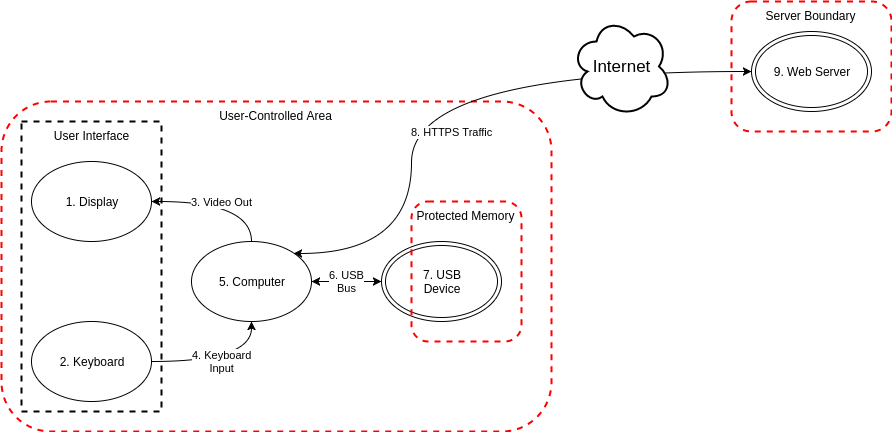
The draw.io diagram graphics/DFD_Main.png in pacman47403/B547A1, before a commit. Source tidied: cells renumbered, new cells last; positions are measured from the earlier drawing's top-left corner, leaving out a move shared by most shapes.
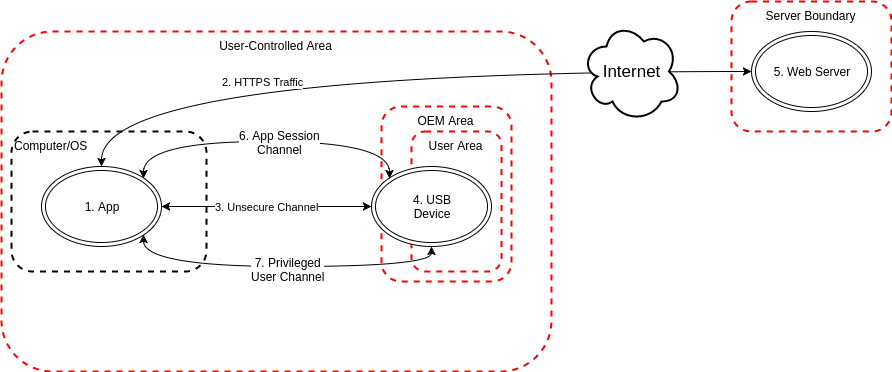
Later version of the same file.

The edit, as a diff of the source:
```diff
@@ -3,51 +3,59 @@
     <mxCell id="0" />
     <mxCell id="1" parent="0" />
     <mxCell id="2" value="User-Controlled Area" style="rounded=1;whiteSpace=wrap;html=1;dashed=1;strokeColor=#FF0000;strokeWidth=2;verticalAlign=top;fillColor=none;" parent="1" vertex="1">
-      <mxGeometry y="100" width="550" height="330" as="geometry" />
+      <mxGeometry y="90" width="550" height="340" as="geometry" />
     </mxCell>
+    <mxCell id="16" value="Computer/OS" style="rounded=1;whiteSpace=wrap;html=1;dashed=1;strokeColor=#000000;strokeWidth=2;verticalAlign=top;fillColor=none;align=left;" parent="1" vertex="1">
+      <mxGeometry x="10" y="190" width="195" height="140" as="geometry" />
+    </mxCell>
+    <mxCell id="17" value="OEM Area" style="rounded=1;whiteSpace=wrap;html=1;dashed=1;strokeColor=#FF0000;strokeWidth=2;verticalAlign=top;fillColor=none;" parent="1" vertex="1">
+      <mxGeometry x="380" y="165" width="130" height="175" as="geometry" />
+    </mxCell>
+    <mxCell id="14" value="User Area" style="rounded=1;whiteSpace=wrap;html=1;dashed=1;strokeColor=#FF0000;strokeWidth=2;verticalAlign=top;fillColor=none;" parent="1" vertex="1">
+      <mxGeometry x="410" y="190" width="90" height="140" as="geometry" />
+    </mxCell>
     <mxCell id="3" value="Server Boundary" style="rounded=1;whiteSpace=wrap;html=1;dashed=1;strokeColor=#FF0000;strokeWidth=2;verticalAlign=top;fillColor=none;" parent="1" vertex="1">
-      <mxGeometry x="730" width="160" height="130" as="geometry" />
+      <mxGeometry x="730" y="60" width="160" height="130" as="geometry" />
     </mxCell>
-    <mxCell id="4" value="User Interface" style="whiteSpace=wrap;html=1;verticalAlign=top;dashed=1;strokeWidth=2;" parent="1" vertex="1">
-      <mxGeometry x="20" y="120" width="140" height="290" as="geometry" />
-    </mxCell>
-    <mxCell id="5" value="3. Video Out" style="edgeStyle=orthogonalEdgeStyle;curved=1;rounded=0;html=1;exitX=0.5;exitY=0;entryX=1;entryY=0.5;startArrow=none;startFill=0;jettySize=auto;" parent="1" edge="1" source="8" target="10">
-      <mxGeometry relative="1" as="geometry" />
-    </mxCell>
-    <mxCell id="6" value="6. USB&lt;div&gt;Bus&lt;/div&gt;" style="edgeStyle=orthogonalEdgeStyle;curved=1;rounded=0;html=1;exitX=1;exitY=0.5;entryX=0;entryY=0.5;startArrow=classic;startFill=1;jettySize=auto;" parent="1" edge="1" source="8" target="9">
+    <mxCell id="6" value="3. Unsecure Channel" style="edgeStyle=orthogonalEdgeStyle;curved=1;rounded=0;html=1;exitX=1;exitY=0.5;entryX=0;entryY=0.5;startArrow=classic;startFill=1;jettySize=auto;" parent="1" edge="1" source="22" target="9">
       <mxGeometry relative="1" as="geometry" />
     </mxCell>
-    <mxCell id="7" value="8. HTTPS Traffic" style="edgeStyle=orthogonalEdgeStyle;curved=1;rounded=0;html=1;exitX=1;exitY=0;entryX=0;entryY=0.5;startArrow=classic;startFill=1;jettySize=auto;" parent="1" edge="1" source="8" target="13">
-      <mxGeometry x="0.06" y="-60" relative="1" as="geometry">
-        <Array as="points">
-          <mxPoint x="410" y="252" />
-          <mxPoint x="410" y="70" />
-        </Array>
-      </mxGeometry>
+    <mxCell id="7" value="2. HTTPS Traffic" style="edgeStyle=orthogonalEdgeStyle;curved=1;rounded=0;html=1;exitX=0.5;exitY=0;entryX=0;entryY=0.5;startArrow=classic;startFill=1;jettySize=auto;" parent="1" edge="1" source="22" target="13">
+      <mxGeometry x="-0.31" y="-10" relative="1" as="geometry" />
     </mxCell>
-    <mxCell id="8" value="5. Computer" style="ellipse;whiteSpace=wrap;html=1;fontFamily=Helvetica;fontSize=12;fontColor=#000000;align=center;strokeColor=#000000;fillColor=#ffffff;" parent="1" vertex="1">
-      <mxGeometry x="190" y="240" width="120" height="80" as="geometry" />
-    </mxCell>
-    <mxCell id="9" value="7. USB&lt;div&gt;Device&lt;/div&gt;" style="ellipse;shape=doubleEllipse;whiteSpace=wrap;html=1;" parent="1" vertex="1">
-      <mxGeometry x="380" y="240" width="120" height="80" as="geometry" />
+    <mxCell id="9" value="4. USB&lt;div&gt;Device&lt;/div&gt;" style="ellipse;shape=doubleEllipse;whiteSpace=wrap;html=1;" parent="1" vertex="1">
+      <mxGeometry x="370" y="225" width="120" height="80" as="geometry" />
     </mxCell>
-    <mxCell id="10" value="1. Display" style="ellipse;whiteSpace=wrap;html=1;" parent="1" vertex="1">
-      <mxGeometry x="30" y="160" width="120" height="80" as="geometry" />
-    </mxCell>
-    <mxCell id="11" value="4. Keyboard&lt;div&gt;Input&lt;/div&gt;" style="edgeStyle=orthogonalEdgeStyle;curved=1;rounded=0;html=1;exitX=1;exitY=0.5;entryX=0.5;entryY=1;startArrow=none;startFill=0;jettySize=auto;" parent="1" edge="1" source="12" target="8">
-      <mxGeometry relative="1" as="geometry" />
-    </mxCell>
-    <mxCell id="12" value="2. Keyboard" style="ellipse;whiteSpace=wrap;html=1;" parent="1" vertex="1">
-      <mxGeometry x="30" y="320" width="120" height="80" as="geometry" />
-    </mxCell>
-    <mxCell id="13" value="9. Web Server" style="ellipse;shape=doubleEllipse;whiteSpace=wrap;html=1;" parent="1" vertex="1">
-      <mxGeometry x="750" y="30" width="120" height="80" as="geometry" />
+    <mxCell id="13" value="5. Web Server" style="ellipse;shape=doubleEllipse;whiteSpace=wrap;html=1;" parent="1" vertex="1">
+      <mxGeometry x="750" y="90" width="120" height="80" as="geometry" />
     </mxCell>
-    <mxCell id="14" value="Protected Memory" style="rounded=1;whiteSpace=wrap;html=1;dashed=1;strokeColor=#FF0000;strokeWidth=2;verticalAlign=top;fillColor=none;" parent="1" vertex="1">
-      <mxGeometry x="410" y="200" width="110" height="140" as="geometry" />
-    </mxCell>
     <mxCell id="15" value="Internet" style="ellipse;shape=cloud;strokeWidth=2;fontSize=17;whiteSpace=wrap;html=1;align=center;fillColor=#ffffff;" parent="1" vertex="1">
-      <mxGeometry x="570" y="15" width="100" height="100" as="geometry" />
+      <mxGeometry x="580" y="80" width="100" height="100" as="geometry" />
     </mxCell>
+    <mxCell id="18" style="edgeStyle=orthogonalEdgeStyle;curved=1;rounded=0;html=1;exitX=1;exitY=0;entryX=0;entryY=0;startArrow=classic;startFill=1;endArrow=classic;endFill=1;jettySize=auto;strokeColor=#000000;strokeWidth=1;fontColor=#000000;" parent="1" edge="1" source="22" target="9">
+      <mxGeometry relative="1" as="geometry">
+        <Array as="points">
+          <mxPoint x="142" y="200" />
+          <mxPoint x="388" y="200" />
+        </Array>
+      </mxGeometry>
+    </mxCell>
+    <mxCell id="19" value="6. App Session&lt;div&gt;Channel&lt;/div&gt;" style="text;html=1;align=center;verticalAlign=middle;labelBackgroundColor=#ffffff;fontColor=#000000;" parent="18" vertex="1">
+      <mxGeometry x="0.08" relative="1" as="geometry" />
+    </mxCell>
+    <mxCell id="20" style="edgeStyle=orthogonalEdgeStyle;curved=1;rounded=0;html=1;exitX=1;exitY=1;entryX=0.5;entryY=1;startArrow=classic;startFill=1;endArrow=classic;endFill=1;jettySize=auto;strokeColor=#000000;strokeWidth=1;fontColor=#000000;" parent="1" edge="1" source="22" target="9">
+      <mxGeometry relative="1" as="geometry">
+        <Array as="points">
+          <mxPoint x="142" y="325" />
+          <mxPoint x="430" y="325" />
+        </Array>
+      </mxGeometry>
+    </mxCell>
+    <mxCell id="21" value="7. Privileged&lt;div&gt;User Channel&lt;/div&gt;" style="text;html=1;align=center;verticalAlign=middle;labelBackgroundColor=#ffffff;fontColor=#000000;" parent="20" vertex="1">
+      <mxGeometry x="0.03" y="-2" relative="1" as="geometry" />
+    </mxCell>
+    <mxCell id="22" value="1. App" style="ellipse;shape=doubleEllipse;whiteSpace=wrap;html=1;fontFamily=Helvetica;fontSize=12;fontColor=#000000;align=center;strokeColor=#000000;fillColor=#ffffff;" parent="1" vertex="1">
+      <mxGeometry x="40" y="225" width="120" height="80" as="geometry" />
+    </mxCell>
   </root>
 </mxGraphModel>
```
